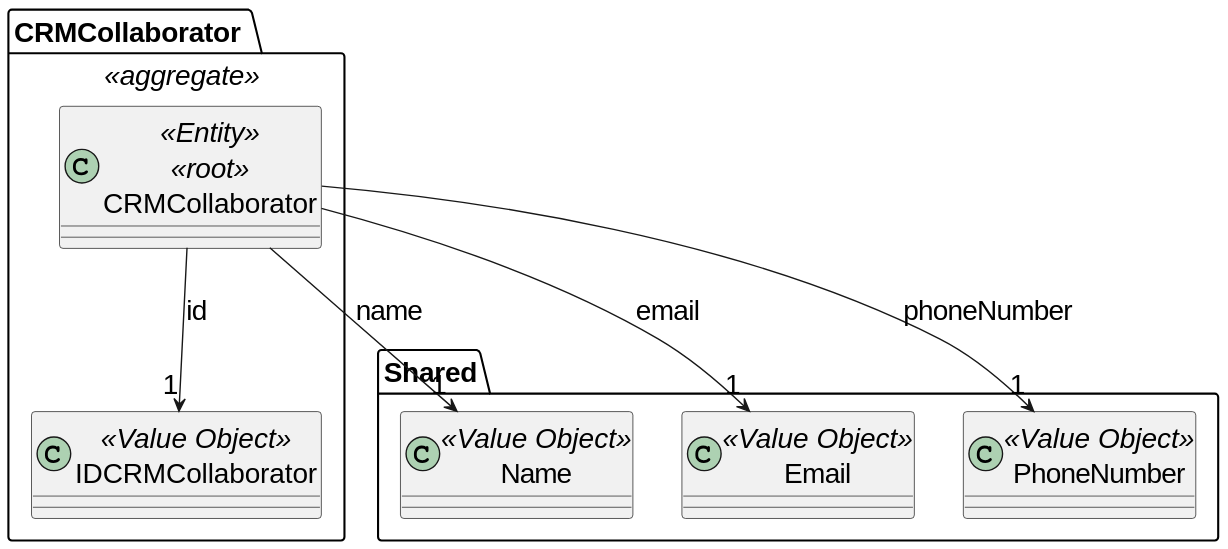
diogoveirospro/sem4pi-2024-2025-sem4pi_2024_2025_g44 keeps this PlantUML diagram as docs/global_artifacts/analysis/images/domain_model_CRMCollaborator.svg. Above is the earlier version.
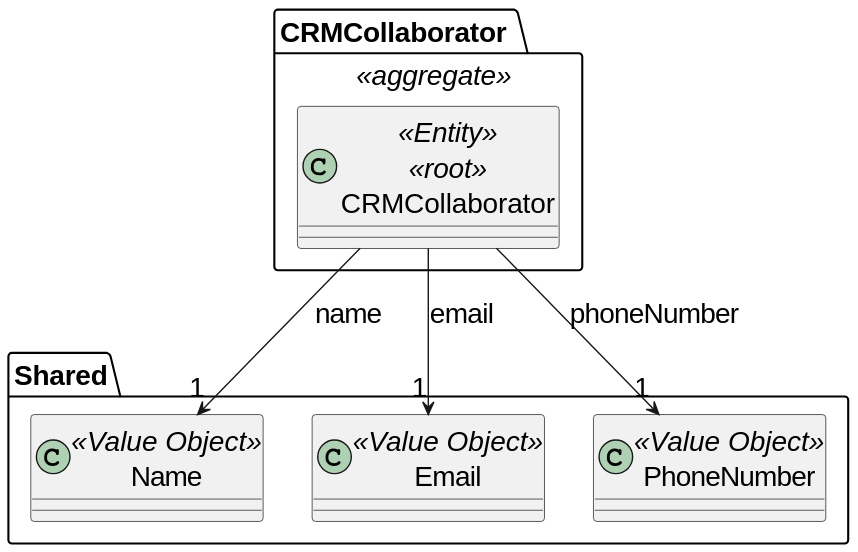
After the commit.

Commit message:
#6 Elimination of domain model IDs.

Change to the diagram source:
```diff
@@ -5,11 +5,6 @@
 
     class CRMCollaborator <<Entity>> <<root>>{
     }
-
-    class IDCRMCollaborator <<Value Object>>{
-    }
-
-    CRMCollaborator --> "1" IDCRMCollaborator: id
 }
 
 package Shared {
```
